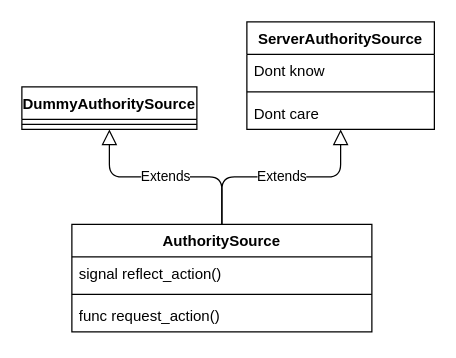
Before: page "AuthoritySourceClassDiagram" (1 of 3) of uml/authoritative-actions.dio in NobleMetalLabs/the-genesis-gambit, a draw.io diagram. Source tidied: cells renumbered, new cells numbered last; positions are measured from the earlier drawing's top-left corner, leaving out a move shared by most shapes. Both pictures are drawn from the tidied source at 125%, with x=0, y=0 at pixel (21, 21).
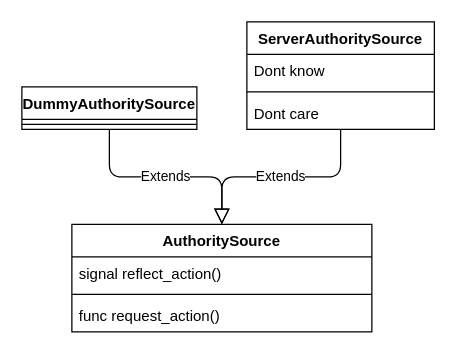
Above is the later version.

Diff of the diagram source:
```diff
@@
 <mxGraphModel>
   <root>
     <mxCell id="0" />
     <mxCell id="1" parent="0" />
     <mxCell id="2" value="AuthoritySource" style="swimlane;fontStyle=1;align=center;verticalAlign=top;horizontal=1;startSize=26;" parent="1" vertex="1">
       <mxGeometry x="40" y="162" width="240" height="86" as="geometry" />
     </mxCell>
     <mxCell id="3" value="signal reflect_action()" style="text;strokeColor=none;fillColor=none;align=left;verticalAlign=top;spacingLeft=4;spacingRight=4;overflow=hidden;" parent="2" vertex="1">
       <mxGeometry y="26" width="240" height="26" as="geometry" />
     </mxCell>
     <mxCell id="4" style="line;strokeWidth=1;fillColor=none;align=left;verticalAlign=middle;spacingTop=-1;spacingLeft=3;spacingRight=3;labelPosition=right;strokeColor=inherit;" parent="2" vertex="1">
       <mxGeometry y="52" width="240" height="8" as="geometry" />
     </mxCell>
     <mxCell id="5" value="func request_action()" style="text;strokeColor=none;fillColor=none;align=left;verticalAlign=top;spacingLeft=4;spacingRight=4;overflow=hidden;" parent="2" vertex="1">
       <mxGeometry y="60" width="240" height="26" as="geometry" />
     </mxCell>
-    <mxCell id="6" value="Extends" style="endArrow=block;endSize=10;endFill=0;html=1;elbow=vertical;edgeStyle=orthogonalEdgeStyle;" parent="1" edge="1" source="2" target="7">
+    <mxCell id="6" value="Extends" style="endArrow=block;endSize=10;endFill=0;html=1;elbow=vertical;edgeStyle=orthogonalEdgeStyle;" parent="1" edge="1" source="7" target="2">
       <mxGeometry relative="1" as="geometry" />
     </mxCell>
     <mxCell id="7" value="DummyAuthoritySource" style="swimlane;fontStyle=1;align=center;verticalAlign=top;horizontal=1;startSize=26;" parent="1" vertex="1">
       <mxGeometry y="52" width="140" height="34" as="geometry" />
     </mxCell>
     <mxCell id="8" style="line;strokeWidth=1;fillColor=none;align=left;verticalAlign=middle;spacingTop=-1;spacingLeft=3;spacingRight=3;labelPosition=right;strokeColor=inherit;" parent="7" vertex="1">
       <mxGeometry y="26" width="140" height="8" as="geometry" />
     </mxCell>
     <mxCell id="9" value="ServerAuthoritySource" style="swimlane;fontStyle=1;align=center;verticalAlign=top;horizontal=1;startSize=26;" parent="1" vertex="1">
       <mxGeometry x="180" width="150" height="86" as="geometry" />
     </mxCell>
     <mxCell id="10" value="Dont know" style="text;strokeColor=none;fillColor=none;align=left;verticalAlign=top;spacingLeft=4;spacingRight=4;overflow=hidden;" parent="9" vertex="1">
       <mxGeometry y="26" width="150" height="26" as="geometry" />
     </mxCell>
     <mxCell id="11" style="line;strokeWidth=1;fillColor=none;align=left;verticalAlign=middle;spacingTop=-1;spacingLeft=3;spacingRight=3;labelPosition=right;strokeColor=inherit;" parent="9" vertex="1">
       <mxGeometry y="52" width="150" height="8" as="geometry" />
     </mxCell>
     <mxCell id="12" value="Dont care" style="text;strokeColor=none;fillColor=none;align=left;verticalAlign=top;spacingLeft=4;spacingRight=4;overflow=hidden;" parent="9" vertex="1">
       <mxGeometry y="60" width="150" height="26" as="geometry" />
     </mxCell>
-    <mxCell id="13" value="Extends" style="endArrow=block;endSize=10;endFill=0;html=1;elbow=vertical;edgeStyle=orthogonalEdgeStyle;" parent="1" edge="1" source="2" target="9">
+    <mxCell id="13" value="Extends" style="endArrow=block;endSize=10;endFill=0;html=1;elbow=vertical;edgeStyle=orthogonalEdgeStyle;" parent="1" edge="1" source="9" target="2">
       <mxGeometry relative="1" as="geometry" />
     </mxCell>
   </root>
 </mxGraphModel>
```
